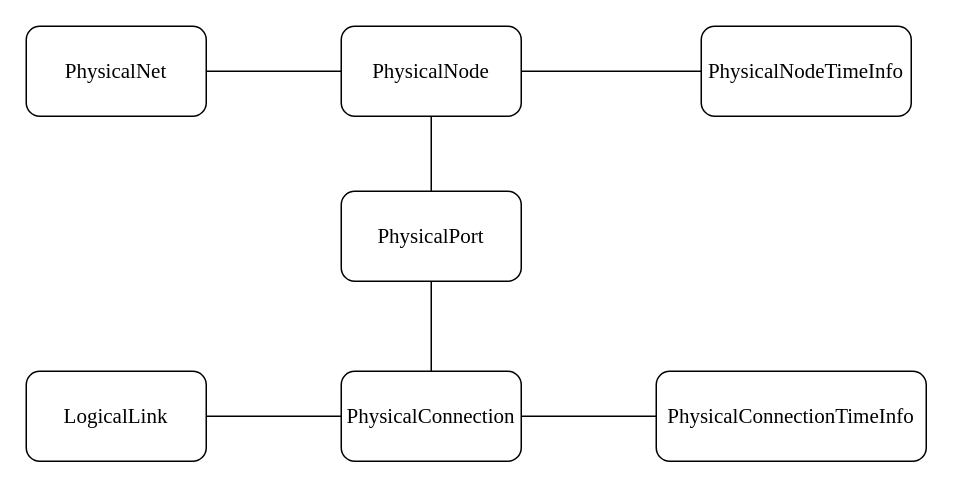
The draw.io diagram page "数据库信息模型设计图" (3 of 3) of 未命名绘图.drawio in WhiteDeerValley/WhiteDeerValley, before the edit. Source tidied: cells renumbered, new cells numbered last; positions are measured from the earlier drawing's top-left corner, leaving out a move shared by most shapes. Both pictures are drawn from the tidied source at 150%, with x=0, y=0 at pixel (26, 26).
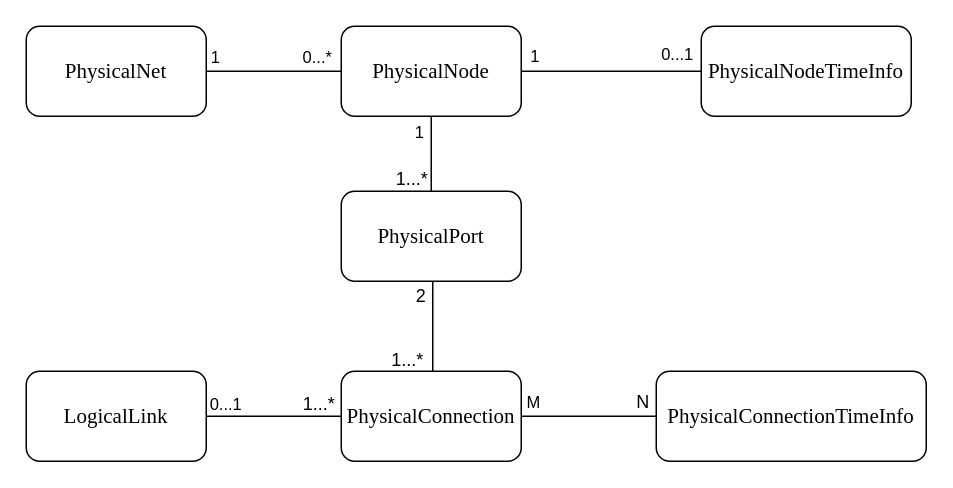
After the change.

Commit message:
更新未命名绘图.drawio

The change refers to these unchanged cells:
```xml
<mxCell id="2" value="&lt;p class=&quot;MsoNormal&quot;&gt;&lt;span style=&quot;mso-spacerun:'yes';font-family:楷体;font-size:10.5000pt;&lt;br/&gt;mso-font-kerning:1.0000pt;&quot;&gt;&lt;font face=&quot;Times New Roman&quot;&gt;PhysicalPort&lt;/font&gt;&lt;/span&gt;&lt;/p&gt;" style="rounded=1;whiteSpace=wrap;html=1;" parent="1" vertex="1">
  <mxGeometry x="210" y="110" width="120" height="60" as="geometry" />
</mxCell>
<mxCell id="7" value="&lt;p class=&quot;MsoNormal&quot;&gt;&lt;span style=&quot;mso-spacerun:'yes';font-family:楷体;font-size:10.5000pt;&lt;br/&gt;mso-font-kerning:1.0000pt;&quot;&gt;&lt;font face=&quot;Times New Roman&quot;&gt;PhysicalConnection&lt;/font&gt;&lt;/span&gt;&lt;/p&gt;" style="rounded=1;whiteSpace=wrap;html=1;" parent="1" vertex="1">
  <mxGeometry x="210" y="230" width="120" height="60" as="geometry" />
</mxCell>
<mxCell id="9" style="endArrow=none;html=1;rounded=0;exitX=1;exitY=0.5;exitDx=0;exitDy=0;entryX=0;entryY=0.5;entryDx=0;entryDy=0;" parent="1" edge="1" source="5" target="4">
  <mxGeometry relative="1" as="geometry" />
</mxCell>
<mxCell id="12" style="endArrow=none;html=1;rounded=0;exitX=1;exitY=0.5;exitDx=0;exitDy=0;entryX=0;entryY=0.5;entryDx=0;entryDy=0;" parent="1" edge="1" source="8" target="7">
  <mxGeometry relative="1" as="geometry" />
</mxCell>
<mxCell id="13" style="endArrow=none;html=1;rounded=0;exitX=1;exitY=0.5;exitDx=0;exitDy=0;entryX=0;entryY=0.5;entryDx=0;entryDy=0;" parent="1" edge="1" source="7" target="3">
  <mxGeometry relative="1" as="geometry" />
</mxCell>
```

What changed in the source:
```diff
@@
+    <mxCell id="15" value="1" style="edgeLabel;html=1;align=center;verticalAlign=middle;" parent="9" vertex="1">
+      <mxGeometry x="-0.69" y="5" relative="1" as="geometry">
+        <mxPoint x="-9" y="-5" as="offset" />
+      </mxGeometry>
+    </mxCell>
+    <mxCell id="16" value="0...*" style="edgeLabel;html=1;align=center;verticalAlign=middle;" parent="9" vertex="1">
+      <mxGeometry x="0.62" y="1" relative="1" as="geometry">
+        <mxPoint y="-9" as="offset" />
+      </mxGeometry>
+    </mxCell>
@@
-    <mxCell id="11" style="endArrow=none;html=1;rounded=0;exitX=0.5;exitY=0;exitDx=0;exitDy=0;entryX=0.5;entryY=1;entryDx=0;entryDy=0;" parent="1" edge="1" source="7" target="2">
-      <mxGeometry relative="1" as="geometry" />
+    <mxCell id="11" style="endArrow=none;html=1;rounded=0;exitX=0.5;exitY=0;exitDx=0;exitDy=0;entryX=0.5;entryY=1;entryDx=0;entryDy=0;" parent="1" edge="1">
+      <mxGeometry relative="1" as="geometry">
+        <mxPoint x="271" y="230" as="sourcePoint" />
+        <mxPoint x="271" y="170" as="targetPoint" />
+      </mxGeometry>
     </mxCell>
@@
+    <mxCell id="17" value="0...1" style="edgeLabel;html=1;align=center;verticalAlign=middle;" parent="12" vertex="1">
+      <mxGeometry x="-0.73" y="9" relative="1" as="geometry" />
+    </mxCell>
@@
+    <mxCell id="18" value="M" style="edgeLabel;html=1;align=center;verticalAlign=middle;" parent="13" vertex="1">
+      <mxGeometry x="-0.73" y="6" relative="1" as="geometry">
+        <mxPoint x="-5" y="-4" as="offset" />
+      </mxGeometry>
+    </mxCell>
@@
+    <mxCell id="19" value="1" style="edgeLabel;html=1;align=center;verticalAlign=middle;" parent="1" vertex="1">
+      <mxGeometry x="135" y="30" as="geometry">
+        <mxPoint x="126" y="40" as="offset" />
+      </mxGeometry>
+    </mxCell>
+    <mxCell id="20" value="1" style="edgeLabel;html=1;align=center;verticalAlign=middle;" parent="1" vertex="1">
+      <mxGeometry x="135" y="30" as="geometry">
+        <mxPoint x="203" y="-11" as="offset" />
+      </mxGeometry>
+    </mxCell>
+    <mxCell id="21" value="0...1" style="edgeLabel;html=1;align=center;verticalAlign=middle;" parent="1" vertex="1">
+      <mxGeometry x="135" y="261" as="geometry">
+        <mxPoint x="298" y="-243" as="offset" />
+      </mxGeometry>
+    </mxCell>
+    <mxCell id="22" value="1...*" style="text;html=1;align=center;verticalAlign=middle;strokeColor=none;fillColor=none;" parent="1" vertex="1">
+      <mxGeometry x="175" y="237" width="40" height="30" as="geometry" />
+    </mxCell>
+    <mxCell id="23" value="1...*" style="text;html=1;align=center;verticalAlign=middle;strokeColor=none;fillColor=none;" parent="1" vertex="1">
+      <mxGeometry x="234" y="208" width="40" height="30" as="geometry" />
+    </mxCell>
+    <mxCell id="24" value="1...*" style="text;html=1;align=center;verticalAlign=middle;strokeColor=none;fillColor=none;" parent="1" vertex="1">
+      <mxGeometry x="237" y="87" width="40" height="30" as="geometry" />
+    </mxCell>
+    <mxCell id="25" value="2" style="text;html=1;align=center;verticalAlign=middle;strokeColor=none;fillColor=none;" parent="1" vertex="1">
+      <mxGeometry x="248" y="165" width="30" height="30" as="geometry" />
+    </mxCell>
+    <mxCell id="26" value="N" style="text;html=1;align=center;verticalAlign=middle;strokeColor=none;fillColor=none;" parent="1" vertex="1">
+      <mxGeometry x="396" y="236" width="30" height="30" as="geometry" />
+    </mxCell>
```
